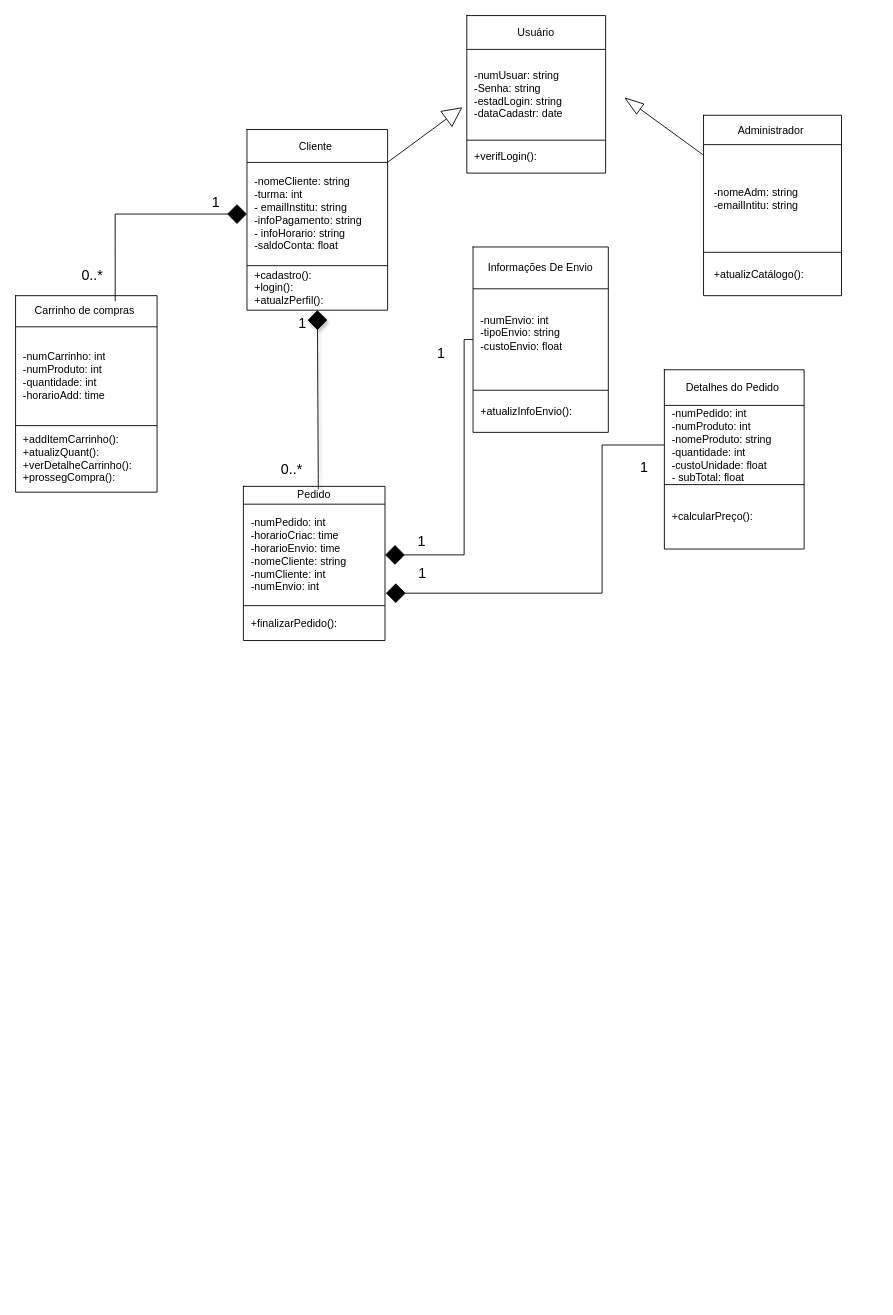
joaozinhor-pixel/canteen_royale keeps this draw.io diagram as docs/Diagrama sem nome.drawio. Above is the earlier version. Source tidied: cells renumbered, new cells numbered last; positions are measured from the earlier drawing's top-left corner, leaving out a move shared by most shapes. Both pictures are drawn from the tidied source at 89%, with x=0, y=0 at pixel (15, 15).
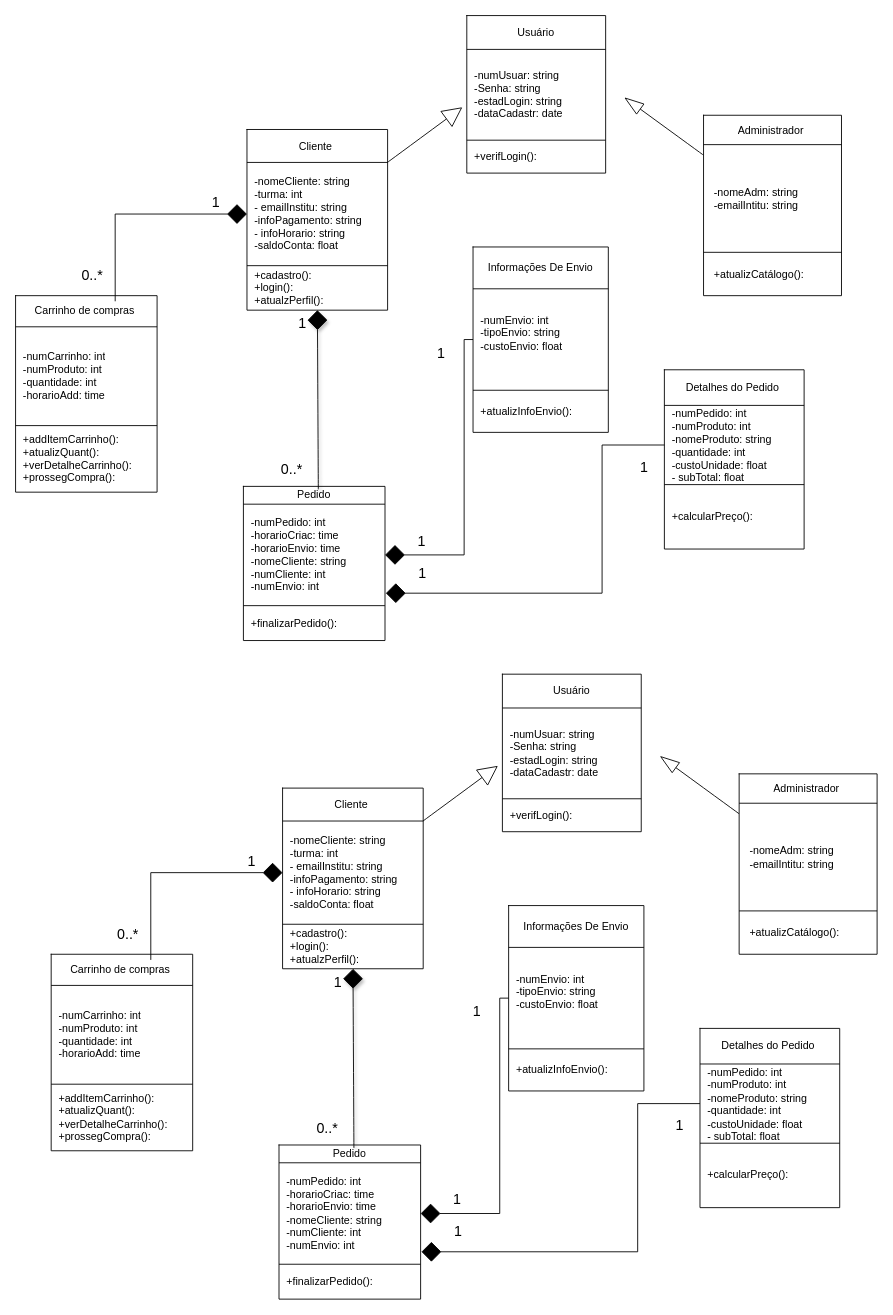
After the change.

Commit message:
Diagrama de classe de uso

Diff of the diagram source:
```diff
@@
+    <mxCell id="65" style="edgeStyle=none;curved=1;rounded=0;jettySize=auto;html=1;fontSize=12;startSize=20;endSize=20;endArrow=blockThin;endFill=0;" parent="1" edge="1" source="66">
+      <mxGeometry relative="1" as="geometry">
+        <mxPoint x="724" y="832" as="targetPoint" />
+      </mxGeometry>
+    </mxCell>
+    <mxCell id="66" style="shape=table;startSize=0;childLayout=tableLayout;" parent="1" vertex="1">
+      <mxGeometry x="813" y="852" width="155" height="202.7" as="geometry" />
+    </mxCell>
+    <mxCell id="67" style="shape=tableRow;horizontal=0;startSize=0;swimlaneHead=0;swimlaneBody=0;strokeColor=inherit;top=0;left=0;bottom=0;right=0;fillColor=none;" parent="66" vertex="1">
+      <mxGeometry width="155" height="33" as="geometry" />
+    </mxCell>
+    <mxCell id="68" value="Administrador&amp;nbsp;" style="shape=partialRectangle;html=1;whiteSpace=wrap;strokeColor=inherit;overflow=hidden;fillColor=none;top=0;left=0;bottom=0;right=0;" parent="67" vertex="1">
+      <mxGeometry width="155" height="33" as="geometry" />
+    </mxCell>
+    <mxCell id="69" style="shape=tableRow;horizontal=0;startSize=0;swimlaneHead=0;swimlaneBody=0;strokeColor=inherit;top=0;left=0;bottom=0;right=0;fillColor=none;" parent="66" vertex="1">
+      <mxGeometry y="33" width="155" height="121" as="geometry" />
+    </mxCell>
+    <mxCell id="70" value="&amp;nbsp; &amp;nbsp;-nomeAdm: string&lt;div&gt;&amp;nbsp; &amp;nbsp;-emailIntitu: string&lt;/div&gt;" style="shape=partialRectangle;html=1;whiteSpace=wrap;strokeColor=inherit;overflow=hidden;fillColor=none;top=0;left=0;bottom=0;right=0;align=left;" parent="69" vertex="1">
+      <mxGeometry width="155" height="121" as="geometry" />
+    </mxCell>
+    <mxCell id="71" style="shape=tableRow;horizontal=0;startSize=0;swimlaneHead=0;swimlaneBody=0;strokeColor=inherit;top=0;left=0;bottom=0;right=0;fillColor=none;" parent="66" vertex="1">
+      <mxGeometry y="154" width="155" height="49" as="geometry" />
+    </mxCell>
+    <mxCell id="72" value="&amp;nbsp; &amp;nbsp;+atualizCatálogo():" style="shape=partialRectangle;html=1;whiteSpace=wrap;strokeColor=inherit;overflow=hidden;fillColor=none;top=0;left=0;bottom=0;right=0;align=left;" parent="71" vertex="1">
+      <mxGeometry width="155" height="49" as="geometry" />
+    </mxCell>
+    <mxCell id="73" style="shape=table;startSize=0;childLayout=tableLayout;" parent="1" vertex="1">
+      <mxGeometry x="300" y="868" width="158" height="203" as="geometry" />
+    </mxCell>
+    <mxCell id="74" style="shape=tableRow;horizontal=0;startSize=0;swimlaneHead=0;swimlaneBody=0;strokeColor=inherit;top=0;left=0;bottom=0;right=0;fillColor=none;" parent="73" vertex="1">
+      <mxGeometry width="158" height="37" as="geometry" />
+    </mxCell>
+    <mxCell id="75" value="Cliente&amp;nbsp;" style="shape=partialRectangle;html=1;whiteSpace=wrap;strokeColor=inherit;overflow=hidden;fillColor=none;top=0;left=0;bottom=0;right=0;" parent="74" vertex="1">
+      <mxGeometry width="158" height="37" as="geometry" />
+    </mxCell>
+    <mxCell id="76" style="shape=tableRow;horizontal=0;startSize=0;swimlaneHead=0;swimlaneBody=0;strokeColor=inherit;top=0;left=0;bottom=0;right=0;fillColor=none;points=[[0,0.5],[1,0.5]];portConstraint=eastwest;" parent="73" vertex="1">
+      <mxGeometry y="37" width="158" height="116" as="geometry" />
+    </mxCell>
+    <mxCell id="77" value="&amp;nbsp; -nomeCliente: string&lt;div&gt;&amp;nbsp; -turma: int&lt;br&gt;&lt;div&gt;&amp;nbsp; - emailInstitu: string&lt;/div&gt;&lt;div&gt;&amp;nbsp; -infoPagamento: string&lt;/div&gt;&lt;div&gt;&amp;nbsp; - infoHorario: string&lt;/div&gt;&lt;div&gt;&amp;nbsp; -saldoConta: float&lt;/div&gt;&lt;/div&gt;" style="shape=partialRectangle;html=1;whiteSpace=wrap;strokeColor=inherit;overflow=hidden;fillColor=none;top=0;left=0;bottom=0;right=0;align=left;" parent="76" vertex="1">
+      <mxGeometry width="158" height="116" as="geometry" />
+    </mxCell>
+    <mxCell id="78" style="shape=tableRow;horizontal=0;startSize=0;swimlaneHead=0;swimlaneBody=0;strokeColor=inherit;top=0;left=0;bottom=0;right=0;fillColor=none;points=[[0,0.5],[1,0.5]];portConstraint=eastwest;" parent="73" vertex="1">
+      <mxGeometry y="153" width="158" height="50" as="geometry" />
+    </mxCell>
+    <mxCell id="79" value="&amp;nbsp; +cadastro():&lt;div&gt;&amp;nbsp; +login():&lt;/div&gt;&lt;div&gt;&amp;nbsp; +atualzPerfil():&lt;/div&gt;" style="shape=partialRectangle;html=1;whiteSpace=wrap;strokeColor=inherit;overflow=hidden;fillColor=none;top=0;left=0;bottom=0;right=0;align=left;" parent="78" vertex="1">
+      <mxGeometry width="158" height="50" as="geometry" />
+    </mxCell>
+    <mxCell id="80" style="shape=table;startSize=0;childLayout=tableLayout;" parent="1" vertex="1">
+      <mxGeometry x="547" y="740" width="156" height="177" as="geometry" />
+    </mxCell>
+    <mxCell id="81" style="shape=tableRow;horizontal=0;startSize=0;swimlaneHead=0;swimlaneBody=0;strokeColor=inherit;top=0;left=0;bottom=0;right=0;fillColor=none;" parent="80" vertex="1">
+      <mxGeometry width="156" height="38" as="geometry" />
+    </mxCell>
+    <mxCell id="82" value="Usuário" style="shape=partialRectangle;html=1;whiteSpace=wrap;strokeColor=inherit;overflow=hidden;fillColor=none;top=0;left=0;bottom=0;right=0;" parent="81" vertex="1">
+      <mxGeometry width="156" height="38" as="geometry" />
+    </mxCell>
+    <mxCell id="83" style="shape=tableRow;horizontal=0;startSize=0;swimlaneHead=0;swimlaneBody=0;strokeColor=inherit;top=0;left=0;bottom=0;right=0;fillColor=none;" parent="80" vertex="1">
+      <mxGeometry y="38" width="156" height="102" as="geometry" />
+    </mxCell>
+    <mxCell id="84" value="&lt;div style=&quot;&quot;&gt;&lt;span style=&quot;background-color: transparent; color: light-dark(rgb(0, 0, 0), rgb(255, 255, 255));&quot;&gt;&amp;nbsp; -numUsuar: string&lt;/span&gt;&lt;/div&gt;&lt;div style=&quot;&quot;&gt;&lt;span style=&quot;background-color: transparent; color: light-dark(rgb(0, 0, 0), rgb(255, 255, 255));&quot;&gt;&amp;nbsp; -Senha: string&amp;nbsp; &amp;nbsp; &amp;nbsp; &amp;nbsp;&lt;/span&gt;&lt;/div&gt;&lt;div style=&quot;&quot;&gt;&amp;nbsp; -estadLogin: string&lt;/div&gt;&lt;div style=&quot;&quot;&gt;&amp;nbsp; -dataCadastr: date&lt;/div&gt;" style="shape=partialRectangle;html=1;whiteSpace=wrap;strokeColor=inherit;overflow=hidden;fillColor=none;top=0;left=0;bottom=0;right=0;align=left;" parent="83" vertex="1">
+      <mxGeometry width="156" height="102" as="geometry" />
+    </mxCell>
+    <mxCell id="85" style="shape=tableRow;horizontal=0;startSize=0;swimlaneHead=0;swimlaneBody=0;strokeColor=inherit;top=0;left=0;bottom=0;right=0;fillColor=none;" parent="80" vertex="1">
+      <mxGeometry y="140" width="156" height="37" as="geometry" />
+    </mxCell>
+    <mxCell id="86" value="&amp;nbsp; +verifLogin():" style="shape=partialRectangle;html=1;whiteSpace=wrap;strokeColor=inherit;overflow=hidden;fillColor=none;top=0;left=0;bottom=0;right=0;align=left;" parent="85" vertex="1">
+      <mxGeometry width="156" height="37" as="geometry" />
+    </mxCell>
+    <mxCell id="87" style="shape=table;startSize=0;childLayout=tableLayout;" parent="1" vertex="1">
+      <mxGeometry x="40" y="1054.7" width="159" height="220.8" as="geometry" />
+    </mxCell>
+    <mxCell id="88" style="shape=tableRow;horizontal=0;startSize=0;swimlaneHead=0;swimlaneBody=0;strokeColor=inherit;top=0;left=0;bottom=0;right=0;fillColor=none;points=[[0,0.5],[1,0.5]];portConstraint=eastwest;" parent="87" vertex="1">
+      <mxGeometry width="159" height="35" as="geometry" />
+    </mxCell>
+    <mxCell id="89" value="Carrinho de compras&amp;nbsp;" style="shape=partialRectangle;html=1;whiteSpace=wrap;strokeColor=inherit;overflow=hidden;fillColor=none;top=0;left=0;bottom=0;right=0;" parent="88" vertex="1">
+      <mxGeometry width="159" height="35" as="geometry" />
+    </mxCell>
+    <mxCell id="90" style="shape=tableRow;horizontal=0;startSize=0;swimlaneHead=0;swimlaneBody=0;strokeColor=inherit;top=0;left=0;bottom=0;right=0;fillColor=none;" parent="87" vertex="1">
+      <mxGeometry y="35" width="159" height="111" as="geometry" />
+    </mxCell>
+    <mxCell id="91" value="&amp;nbsp; -numCarrinho: int&lt;div&gt;&amp;nbsp; -numProduto: int&lt;/div&gt;&lt;div&gt;&amp;nbsp; -quantidade: int&lt;/div&gt;&lt;div&gt;&amp;nbsp; -horarioAdd: time&lt;/div&gt;" style="shape=partialRectangle;html=1;whiteSpace=wrap;strokeColor=inherit;overflow=hidden;fillColor=none;top=0;left=0;bottom=0;right=0;align=left;" parent="90" vertex="1">
+      <mxGeometry width="159" height="111" as="geometry" />
+    </mxCell>
+    <mxCell id="92" style="shape=tableRow;horizontal=0;startSize=0;swimlaneHead=0;swimlaneBody=0;strokeColor=inherit;top=0;left=0;bottom=0;right=0;fillColor=none;" parent="87" vertex="1">
+      <mxGeometry y="146" width="159" height="75" as="geometry" />
+    </mxCell>
+    <mxCell id="93" value="&amp;nbsp; +addItemCarrinho():&lt;div&gt;&amp;nbsp; +atualizQuant():&lt;/div&gt;&lt;div&gt;&amp;nbsp; +verDetalheCarrinho():&lt;/div&gt;&lt;div&gt;&amp;nbsp; +prossegCompra():&lt;/div&gt;" style="shape=partialRectangle;html=1;whiteSpace=wrap;strokeColor=inherit;overflow=hidden;fillColor=none;top=0;left=0;bottom=0;right=0;align=left;" parent="92" vertex="1">
+      <mxGeometry width="159" height="75" as="geometry" />
+    </mxCell>
+    <mxCell id="94" style="shape=table;startSize=0;childLayout=tableLayout;" parent="1" vertex="1">
+      <mxGeometry x="296" y="1269" width="159.1" height="173.2" as="geometry" />
+    </mxCell>
+    <mxCell id="95" style="shape=tableRow;horizontal=0;startSize=0;swimlaneHead=0;swimlaneBody=0;strokeColor=inherit;top=0;left=0;bottom=0;right=0;fillColor=none;points=[[0,0.5],[1,0.5]];portConstraint=eastwest;" parent="94" vertex="1">
+      <mxGeometry width="159.1" height="20" as="geometry" />
+    </mxCell>
+    <mxCell id="96" value="Pedido" style="shape=partialRectangle;html=1;whiteSpace=wrap;strokeColor=inherit;overflow=hidden;fillColor=none;top=0;left=0;bottom=0;right=0;" parent="95" vertex="1">
+      <mxGeometry width="159" height="20" as="geometry" />
+    </mxCell>
+    <mxCell id="97" style="shape=tableRow;horizontal=0;startSize=0;swimlaneHead=0;swimlaneBody=0;strokeColor=inherit;top=0;left=0;bottom=0;right=0;fillColor=none;points=[[0,0.5],[1,0.5]];portConstraint=eastwest;" parent="94" vertex="1">
+      <mxGeometry y="20" width="159.1" height="114" as="geometry" />
+    </mxCell>
+    <mxCell id="98" value="&amp;nbsp; -numPedido: int&lt;div&gt;&amp;nbsp; -horarioCriac: time&lt;/div&gt;&lt;div&gt;&amp;nbsp; -horarioEnvio: time&lt;/div&gt;&lt;div&gt;&amp;nbsp; -nomeCliente: string&lt;/div&gt;&lt;div&gt;&amp;nbsp; -numCliente: int&lt;/div&gt;&lt;div&gt;&amp;nbsp; -numEnvio: int&lt;/div&gt;" style="shape=partialRectangle;html=1;whiteSpace=wrap;strokeColor=inherit;overflow=hidden;fillColor=none;top=0;left=0;bottom=0;right=0;align=left;" parent="97" vertex="1">
+      <mxGeometry width="159" height="114" as="geometry" />
+    </mxCell>
+    <mxCell id="99" style="shape=tableRow;horizontal=0;startSize=0;swimlaneHead=0;swimlaneBody=0;strokeColor=inherit;top=0;left=0;bottom=0;right=0;fillColor=none;" parent="94" vertex="1">
+      <mxGeometry y="134" width="159.1" height="39" as="geometry" />
+    </mxCell>
+    <mxCell id="100" value="&amp;nbsp; +finalizarPedido():" style="shape=partialRectangle;html=1;whiteSpace=wrap;strokeColor=inherit;overflow=hidden;fillColor=none;top=0;left=0;bottom=0;right=0;align=left;" parent="99" vertex="1">
+      <mxGeometry width="159" height="39" as="geometry" />
+    </mxCell>
+    <mxCell id="101" style="shape=table;startSize=0;childLayout=tableLayout;align=left;" parent="1" vertex="1">
+      <mxGeometry x="554" y="1000" width="152" height="208.3" as="geometry" />
+    </mxCell>
+    <mxCell id="102" style="shape=tableRow;horizontal=0;startSize=0;swimlaneHead=0;swimlaneBody=0;strokeColor=inherit;top=0;left=0;bottom=0;right=0;fillColor=none;" parent="101" vertex="1">
+      <mxGeometry width="152" height="47" as="geometry" />
+    </mxCell>
+    <mxCell id="103" value="Informações De Envio" style="shape=partialRectangle;html=1;whiteSpace=wrap;strokeColor=inherit;overflow=hidden;fillColor=none;top=0;left=0;bottom=0;right=0;" parent="102" vertex="1">
+      <mxGeometry width="152" height="47" as="geometry" />
+    </mxCell>
+    <mxCell id="104" style="shape=tableRow;horizontal=0;startSize=0;swimlaneHead=0;swimlaneBody=0;strokeColor=inherit;top=0;left=0;bottom=0;right=0;fillColor=none;points=[[0,0.5],[1,0.5]];portConstraint=eastwest;" parent="101" vertex="1">
+      <mxGeometry y="47" width="152" height="114" as="geometry" />
+    </mxCell>
+    <mxCell id="105" value="&amp;nbsp; -numEnvio: int&lt;div&gt;&amp;nbsp; -tipoEnvio: string&lt;/div&gt;&lt;div&gt;&amp;nbsp; -custoEnvio: float&lt;/div&gt;&lt;div&gt;&amp;nbsp;&amp;nbsp;&lt;/div&gt;" style="shape=partialRectangle;html=1;whiteSpace=wrap;strokeColor=inherit;overflow=hidden;fillColor=none;top=0;left=0;bottom=0;right=0;align=left;" parent="104" vertex="1">
+      <mxGeometry width="152" height="114" as="geometry" />
+    </mxCell>
+    <mxCell id="106" style="shape=tableRow;horizontal=0;startSize=0;swimlaneHead=0;swimlaneBody=0;strokeColor=inherit;top=0;left=0;bottom=0;right=0;fillColor=none;" parent="101" vertex="1">
+      <mxGeometry y="161" width="152" height="47" as="geometry" />
+    </mxCell>
+    <mxCell id="107" value="&amp;nbsp; +atualizInfoEnvio():" style="shape=partialRectangle;html=1;whiteSpace=wrap;strokeColor=inherit;overflow=hidden;fillColor=none;top=0;left=0;bottom=0;right=0;align=left;" parent="106" vertex="1">
+      <mxGeometry width="152" height="47" as="geometry" />
+    </mxCell>
+    <mxCell id="108" style="shape=table;startSize=0;childLayout=tableLayout;" parent="1" vertex="1">
+      <mxGeometry x="769" y="1138" width="157" height="201.4" as="geometry" />
+    </mxCell>
+    <mxCell id="109" style="shape=tableRow;horizontal=0;startSize=0;swimlaneHead=0;swimlaneBody=0;strokeColor=inherit;top=0;left=0;bottom=0;right=0;fillColor=none;" parent="108" vertex="1">
+      <mxGeometry width="157" height="40" as="geometry" />
+    </mxCell>
+    <mxCell id="110" value="Detalhes do Pedido&amp;nbsp;" style="shape=partialRectangle;html=1;whiteSpace=wrap;strokeColor=inherit;overflow=hidden;fillColor=none;top=0;left=0;bottom=0;right=0;" parent="109" vertex="1">
+      <mxGeometry width="157" height="40" as="geometry" />
+    </mxCell>
+    <mxCell id="111" style="shape=tableRow;horizontal=0;startSize=0;swimlaneHead=0;swimlaneBody=0;strokeColor=inherit;top=0;left=0;bottom=0;right=0;fillColor=none;points=[[0,0.5],[1,0.5]];portConstraint=eastwest;" parent="108" vertex="1">
+      <mxGeometry y="40" width="157" height="89" as="geometry" />
+    </mxCell>
+    <mxCell id="112" value="&amp;nbsp; -numPedido: int&lt;div&gt;&amp;nbsp; -numProduto: int&lt;/div&gt;&lt;div&gt;&amp;nbsp; -nomeProduto: string&lt;/div&gt;&lt;div&gt;&amp;nbsp; -quantidade: int&amp;nbsp;&lt;/div&gt;&lt;div&gt;&amp;nbsp; -custoUnidade: float&lt;/div&gt;&lt;div&gt;&amp;nbsp; - subTotal: float&lt;/div&gt;" style="shape=partialRectangle;html=1;whiteSpace=wrap;strokeColor=inherit;overflow=hidden;fillColor=none;top=0;left=0;bottom=0;right=0;align=left;" parent="111" vertex="1">
+      <mxGeometry width="157" height="89" as="geometry" />
+    </mxCell>
+    <mxCell id="113" style="shape=tableRow;horizontal=0;startSize=0;swimlaneHead=0;swimlaneBody=0;strokeColor=inherit;top=0;left=0;bottom=0;right=0;fillColor=none;" parent="108" vertex="1">
+      <mxGeometry y="129" width="157" height="72" as="geometry" />
+    </mxCell>
+    <mxCell id="114" value="&amp;nbsp; +calcularPreço():" style="shape=partialRectangle;html=1;whiteSpace=wrap;strokeColor=inherit;overflow=hidden;fillColor=none;top=0;left=0;bottom=0;right=0;align=left;" parent="113" vertex="1">
+      <mxGeometry width="157" height="72" as="geometry" />
+    </mxCell>
+    <mxCell id="115" style="edgeStyle=none;curved=1;rounded=0;jettySize=auto;html=1;fontSize=12;startSize=20;endSize=20;endArrow=block;endFill=0;" parent="1" edge="1" source="76">
+      <mxGeometry relative="1" as="geometry">
+        <mxPoint x="542" y="843" as="targetPoint" />
+      </mxGeometry>
+    </mxCell>
+    <mxCell id="116" style="edgeStyle=none;jettySize=auto;html=1;rounded=0;fontSize=12;startSize=20;endSize=20;curved=1;exitX=0.529;exitY=0.167;exitDx=0;exitDy=0;exitPerimeter=0;endArrow=diamond;endFill=1;shadow=1;" parent="1" edge="1" source="95" target="78">
+      <mxGeometry relative="1" as="geometry" />
+    </mxCell>
+    <mxCell id="117" style="edgeStyle=segmentEdgeStyle;endArrow=diamond;html=1;curved=0;rounded=0;endSize=20;startSize=20;sourcePerimeterSpacing=0;targetPerimeterSpacing=0;fontSize=12;exitX=0.704;exitY=0.181;exitDx=0;exitDy=0;exitPerimeter=0;entryX=0;entryY=0.5;entryDx=0;entryDy=0;endFill=1;" parent="1" edge="1" source="88" target="76">
+      <mxGeometry relative="1" as="geometry">
+        <Array as="points">
+          <mxPoint x="152" y="963" />
+        </Array>
+      </mxGeometry>
+    </mxCell>
+    <mxCell id="118" style="edgeStyle=segmentEdgeStyle;endArrow=diamond;html=1;curved=0;rounded=0;endSize=20;startSize=20;sourcePerimeterSpacing=0;targetPerimeterSpacing=0;fontSize=12;exitX=0;exitY=0.5;exitDx=0;exitDy=0;endFill=1;" parent="1" edge="1" source="111">
+      <mxGeometry relative="1" as="geometry">
+        <mxPoint x="456" y="1389" as="targetPoint" />
+        <Array as="points">
+          <mxPoint x="699" y="1223" />
+          <mxPoint x="699" y="1389" />
+        </Array>
+      </mxGeometry>
+    </mxCell>
+    <mxCell id="119" value="1" style="text;html=1;align=center;verticalAlign=middle;strokeColor=none;fillColor=none;fontSize=16;" parent="1" vertex="1">
+      <mxGeometry x="348" y="1070.5" width="27" height="31" as="geometry" />
+    </mxCell>
+    <mxCell id="120" value="1" style="text;html=1;align=center;verticalAlign=middle;strokeColor=none;fillColor=none;fontSize=16;" parent="1" vertex="1">
+      <mxGeometry x="251" y="934.5" width="27" height="31" as="geometry" />
+    </mxCell>
+    <mxCell id="121" value="0..*" style="text;html=1;align=center;verticalAlign=middle;strokeColor=none;fillColor=none;fontSize=16;" parent="1" vertex="1">
+      <mxGeometry x="105" y="1016.5" width="42" height="31" as="geometry" />
+    </mxCell>
+    <mxCell id="122" value="0..*" style="text;html=1;align=center;verticalAlign=middle;strokeColor=none;fillColor=none;fontSize=16;" parent="1" vertex="1">
+      <mxGeometry x="329" y="1234.5" width="42" height="31" as="geometry" />
+    </mxCell>
+    <mxCell id="123" style="edgeStyle=segmentEdgeStyle;endArrow=diamond;html=1;curved=0;rounded=0;endSize=20;startSize=20;sourcePerimeterSpacing=0;targetPerimeterSpacing=0;fontSize=12;exitX=0;exitY=0.5;exitDx=0;exitDy=0;entryX=1;entryY=0.5;entryDx=0;entryDy=0;endFill=1;" parent="1" edge="1" source="104" target="97">
+      <mxGeometry relative="1" as="geometry">
+        <Array as="points">
+          <mxPoint x="544" y="1104" />
+          <mxPoint x="544" y="1346" />
+        </Array>
+      </mxGeometry>
+    </mxCell>
+    <mxCell id="124" value="1" style="text;html=1;align=center;verticalAlign=middle;strokeColor=none;fillColor=none;fontSize=16;" parent="1" vertex="1">
+      <mxGeometry x="504" y="1103.5" width="27" height="31" as="geometry" />
+    </mxCell>
+    <mxCell id="125" value="1" style="text;html=1;align=center;verticalAlign=middle;strokeColor=none;fillColor=none;fontSize=16;" parent="1" vertex="1">
+      <mxGeometry x="482" y="1314.5" width="27" height="31" as="geometry" />
+    </mxCell>
+    <mxCell id="126" value="1" style="text;html=1;align=center;verticalAlign=middle;strokeColor=none;fillColor=none;fontSize=16;" parent="1" vertex="1">
+      <mxGeometry x="732" y="1231.5" width="27" height="31" as="geometry" />
+    </mxCell>
+    <mxCell id="127" value="1" style="text;html=1;align=center;verticalAlign=middle;strokeColor=none;fillColor=none;fontSize=16;" parent="1" vertex="1">
+      <mxGeometry x="483" y="1350.5" width="27" height="31" as="geometry" />
+    </mxCell>
```
